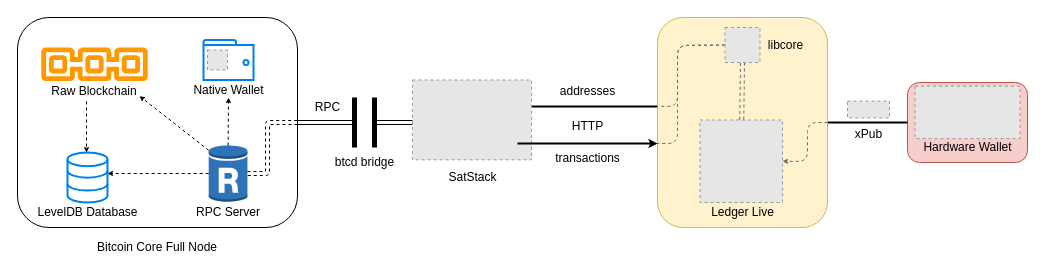
Earlier version of the draw.io diagram share/architecture.drawio (LedgerHQ/satstack). Source tidied: cells renumbered, new cells numbered last; positions are measured from the earlier drawing's top-left corner, leaving out a move shared by most shapes. Both pictures are drawn from the tidied source at 100%, with x=0, y=0 at pixel (17, 17). Pictures stored in the file or linked from it are replaced by grey dashed boxes.
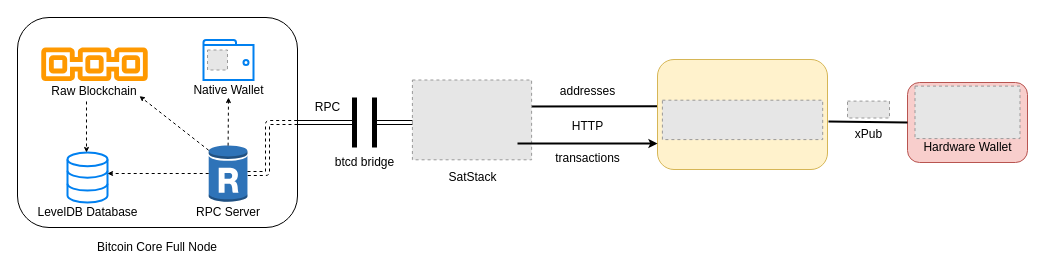
Above is the later version.

Commit message (it also covers changes not shown here):
remove libcore from architecture

Diff of the diagram source:
```diff
@@
-    <mxCell id="27" style="edgeStyle=none;rounded=0;jettySize=auto;html=1;entryX=1;entryY=0.5;entryDx=0;entryDy=0;startSize=3;endSize=1;strokeWidth=2;endArrow=none;endFill=0;" parent="1" edge="1" target="28">
+    <mxCell id="27" style="edgeStyle=none;rounded=0;jettySize=auto;html=1;entryX=1.006;entryY=0.564;entryDx=0;entryDy=0;startSize=3;endSize=1;strokeWidth=2;endArrow=none;endFill=0;entryPerimeter=0;" parent="1" edge="1" target="28">
       <mxGeometry relative="1" as="geometry">
         <mxPoint x="890" y="105" as="sourcePoint" />
       </mxGeometry>
     </mxCell>
     <mxCell id="28" style="rounded=1;whiteSpace=wrap;html=1;strokeWidth=1;fillColor=#fff2cc;strokeColor=#d6b656;" parent="1" vertex="1">
-      <mxGeometry x="640" width="170" height="210" as="geometry" />
+      <mxGeometry x="640" y="42" width="170" height="110" as="geometry" />
     </mxCell>
-    <mxCell id="29" value="&lt;span style=&quot;font-weight: normal&quot;&gt;libcore&lt;/span&gt;" style="text;html=1;align=center;verticalAlign=middle;fontStyle=1;" parent="1" vertex="1">
-      <mxGeometry x="742.5" y="17.5" width="50" height="20" as="geometry" />
-    </mxCell>
-    <mxCell id="30" value="&lt;span style=&quot;font-weight: normal&quot;&gt;Ledger Live&lt;/span&gt;" style="text;html=1;align=center;verticalAlign=middle;fontStyle=1;" parent="1" vertex="1">
-      <mxGeometry x="685" y="185" width="80" height="20" as="geometry" />
-    </mxCell>
-    <mxCell id="31" style="endArrow=none;html=1;dashed=1;strokeColor=#696969;strokeWidth=1;endFill=0;entryX=-0.003;entryY=0.423;entryDx=0;entryDy=0;entryPerimeter=0;exitX=0;exitY=0.5;exitDx=0;exitDy=0;" parent="1" edge="1" source="44" target="28">
-      <mxGeometry relative="1" as="geometry">
-        <Array as="points">
-          <mxPoint x="660" y="28" />
-          <mxPoint x="660" y="89" />
-        </Array>
-      </mxGeometry>
-    </mxCell>
@@
-    <mxCell id="35" style="fillColor=#E6E6E6;strokeColor=#999999;dashed=1;verticalLabelPosition=bottom;labelBackgroundColor=#ffffff;verticalAlign=top;" parent="1" vertex="1">
-      <mxGeometry x="682.5" y="102.5" width="82.5" height="82.5" as="geometry" />
-    </mxCell>
-    <mxCell id="36" style="shape=link;html=1;dashed=1;startSize=3;endArrow=none;endFill=0;endSize=1;strokeColor=#696969;strokeWidth=1;entryX=0.5;entryY=1;entryDx=0;entryDy=0;" parent="1" edge="1" source="35" target="44">
-      <mxGeometry relative="1" as="geometry" />
-    </mxCell>
-    <mxCell id="37" style="endArrow=classic;html=1;dashed=1;strokeColor=#696969;strokeWidth=1;entryX=1;entryY=0.5;entryDx=0;entryDy=0;exitX=1;exitY=0.5;exitDx=0;exitDy=0;endSize=3;" parent="1" edge="1" source="28" target="35">
-      <mxGeometry relative="1" as="geometry">
-        <Array as="points">
-          <mxPoint x="790" y="105" />
-          <mxPoint x="790" y="144" />
-        </Array>
-      </mxGeometry>
-    </mxCell>
@@
-    <mxCell id="43" style="endArrow=none;html=1;dashed=1;strokeColor=#696969;strokeWidth=1;endFill=0;entryX=0;entryY=0.6;entryDx=0;entryDy=0;entryPerimeter=0;exitX=0;exitY=0.5;exitDx=0;exitDy=0;" parent="1" edge="1" source="44" target="28">
-      <mxGeometry relative="1" as="geometry">
-        <Array as="points">
-          <mxPoint x="660" y="28" />
-          <mxPoint x="660" y="126" />
-        </Array>
-      </mxGeometry>
-    </mxCell>
-    <mxCell id="44" style="fillColor=#E6E6E6;strokeColor=#999999;dashed=1;verticalLabelPosition=bottom;labelBackgroundColor=#ffffff;verticalAlign=top;" parent="1" vertex="1">
-      <mxGeometry x="707.5" y="10" width="35" height="35" as="geometry" />
-    </mxCell>
+    <mxCell id="45" style="fillColor=#E6E6E6;strokeColor=#999999;dashed=1;verticalLabelPosition=bottom;labelBackgroundColor=default;verticalAlign=top;" parent="1" vertex="1">
+      <mxGeometry x="644.9" y="82.7" width="160.3" height="39.4" as="geometry" />
+    </mxCell>
```
